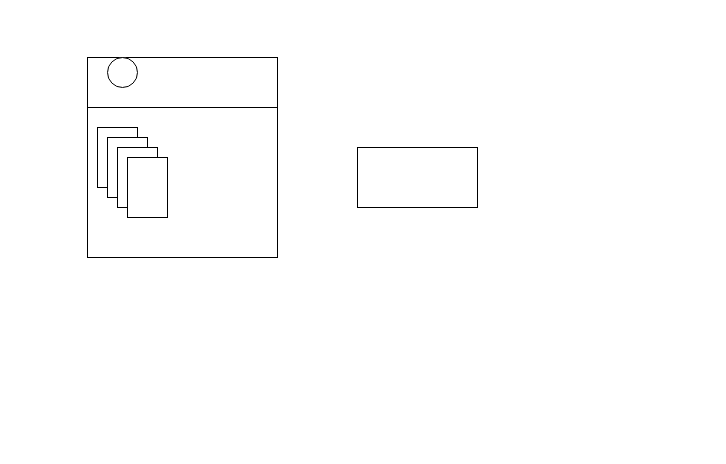
The draw.io diagram 未命名绘图.drawio in Xiaoxiaodewo89/v2ray-agent, before the edit. Source tidied: cells renumbered, new cells numbered last; positions are measured from the earlier drawing's top-left corner, leaving out a move shared by most shapes. Both pictures are drawn from the tidied source at 100%, with x=0, y=0 at pixel (87, 57). Pictures stored in the file or linked from it are replaced by grey dashed boxes.
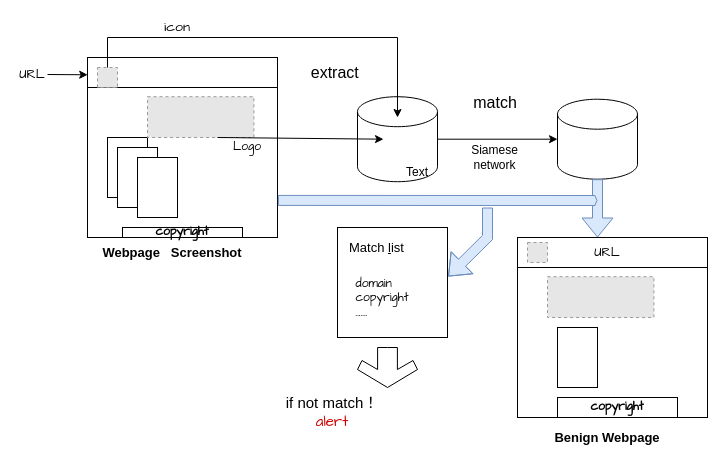
Above is the later version.

Commit message:
更新未命名绘图.drawio

What changed in the source:
```diff
@@
+    <mxCell id="3" style="rounded=0;whiteSpace=wrap;html=1;" parent="1" vertex="1">
+      <mxGeometry x="10" y="70" width="40" height="60" as="geometry" />
+    </mxCell>
     <mxCell id="2" style="rounded=0;whiteSpace=wrap;html=1;" parent="1" vertex="1">
-      <mxGeometry width="190" height="200" as="geometry" />
+      <mxGeometry width="190" height="180" as="geometry" />
     </mxCell>
-    <mxCell id="3" style="rounded=0;whiteSpace=wrap;html=1;" parent="1" vertex="1">
-      <mxGeometry x="10" y="70" width="40" height="60" as="geometry" />
-    </mxCell>
-    <mxCell id="4" style="ellipse;whiteSpace=wrap;html=1;" parent="1" vertex="1">
-      <mxGeometry x="20" width="30" height="30" as="geometry" />
-    </mxCell>
-    <mxCell id="5" style="endArrow=none;html=1;rounded=0;entryX=1;entryY=0.25;entryDx=0;entryDy=0;exitX=0;exitY=0.25;exitDx=0;exitDy=0;" parent="1" edge="1" source="2" target="2">
-      <mxGeometry relative="1" as="geometry" />
+    <mxCell id="5" style="endArrow=none;html=1;rounded=0;entryX=1;entryY=0.25;entryDx=0;entryDy=0;exitX=0;exitY=0.25;exitDx=0;exitDy=0;" parent="1" edge="1">
+      <mxGeometry relative="1" as="geometry">
+        <mxPoint y="30" as="sourcePoint" />
+        <mxPoint x="190" y="30" as="targetPoint" />
+      </mxGeometry>
     </mxCell>
-    <mxCell id="6" style="rounded=0;whiteSpace=wrap;html=1;" parent="1" vertex="1">
-      <mxGeometry x="270" y="90" width="120" height="60" as="geometry" />
-    </mxCell>
@@
     <mxCell id="9" style="rounded=0;whiteSpace=wrap;html=1;" parent="1" vertex="1">
-      <mxGeometry x="40" y="100" width="40" height="60" as="geometry" />
+      <mxGeometry x="50" y="100" width="40" height="60" as="geometry" />
     </mxCell>
+    <mxCell id="10" value="Webpage&amp;nbsp; &amp;nbsp;Screenshot" style="text;strokeColor=none;align=center;fillColor=none;html=1;verticalAlign=middle;whiteSpace=wrap;rounded=0;fontStyle=1;fontSize=13;" parent="1" vertex="1">
+      <mxGeometry x="10" y="180" width="150" height="30" as="geometry" />
+    </mxCell>
+    <mxCell id="11" style="fillColor=#E6E6E6;strokeColor=#999999;dashed=1;verticalLabelPosition=bottom;verticalAlign=top;" parent="1" vertex="1">
+      <mxGeometry x="60" y="39.2" width="106.4" height="40.8" as="geometry" />
+    </mxCell>
+    <mxCell id="12" style="fillColor=#E6E6E6;strokeColor=#999999;dashed=1;verticalLabelPosition=bottom;verticalAlign=top;" parent="1" vertex="1">
+      <mxGeometry x="10" y="10" width="20" height="20" as="geometry" />
+    </mxCell>
+    <mxCell id="13" style="shape=cylinder3;whiteSpace=wrap;html=1;boundedLbl=1;backgroundOutline=1;size=15;" parent="1" vertex="1">
+      <mxGeometry x="270" y="39.2" width="80" height="85" as="geometry" />
+    </mxCell>
+    <mxCell id="14" style="endArrow=classic;html=1;rounded=0;entryX=0.325;entryY=0.5;entryDx=0;entryDy=0;entryPerimeter=0;" parent="1" edge="1" target="13">
+      <mxGeometry relative="1" as="geometry">
+        <mxPoint x="130" y="80" as="sourcePoint" />
+      </mxGeometry>
+    </mxCell>
+    <mxCell id="15" style="edgeStyle=orthogonalEdgeStyle;rounded=0;jettySize=auto;html=1;" parent="1" edge="1" source="12">
+      <mxGeometry relative="1" as="geometry">
+        <mxPoint x="310" y="60" as="targetPoint" />
+        <Array as="points">
+          <mxPoint x="20" y="-20" />
+          <mxPoint x="310" y="-20" />
+        </Array>
+      </mxGeometry>
+    </mxCell>
+    <mxCell id="16" value="extract&amp;nbsp;" style="text;html=1;align=center;verticalAlign=middle;whiteSpace=wrap;rounded=0;fontSize=16;" parent="1" vertex="1">
+      <mxGeometry x="220" width="60" height="29.2" as="geometry" />
+    </mxCell>
+    <mxCell id="17" value="icon" style="text;html=1;align=center;verticalAlign=middle;whiteSpace=wrap;rounded=0;fontFamily=Comic Sans MS;fontSize=14;" parent="1" vertex="1">
+      <mxGeometry x="60" y="-40" width="60" height="20" as="geometry" />
+    </mxCell>
+    <mxCell id="18" value="Logo" style="text;html=1;align=center;verticalAlign=middle;whiteSpace=wrap;rounded=0;fontFamily=Comic Sans MS;" parent="1" vertex="1">
+      <mxGeometry x="130" y="75" width="60" height="30" as="geometry" />
+    </mxCell>
+    <mxCell id="19" style="shape=cylinder3;whiteSpace=wrap;html=1;boundedLbl=1;backgroundOutline=1;size=15;" parent="1" vertex="1">
+      <mxGeometry x="470" y="41.7" width="80" height="80" as="geometry" />
+    </mxCell>
+    <mxCell id="20" style="endArrow=classic;html=1;rounded=0;entryX=0;entryY=0.5;entryDx=0;entryDy=0;entryPerimeter=0;exitX=1;exitY=0.5;exitDx=0;exitDy=0;exitPerimeter=0;" parent="1" edge="1" source="13" target="19">
+      <mxGeometry relative="1" as="geometry" />
+    </mxCell>
+    <mxCell id="21" value="match" style="text;html=1;align=center;verticalAlign=middle;whiteSpace=wrap;rounded=0;fontSize=16;" parent="1" vertex="1">
+      <mxGeometry x="377.5" y="30" width="60" height="30" as="geometry" />
+    </mxCell>
+    <mxCell id="22" style="shape=flexArrow;endArrow=classic;html=1;rounded=0;fillColor=#dae8fc;strokeColor=#6c8ebf;exitX=0.5;exitY=1;exitDx=0;exitDy=0;exitPerimeter=0;" parent="1" edge="1" source="19">
+      <mxGeometry relative="1" as="geometry">
+        <mxPoint x="510" y="180" as="targetPoint" />
+      </mxGeometry>
+    </mxCell>
+    <mxCell id="23" style="rounded=0;whiteSpace=wrap;html=1;" parent="1" vertex="1">
+      <mxGeometry x="430" y="180" width="190" height="180" as="geometry" />
+    </mxCell>
+    <mxCell id="24" style="endArrow=none;html=1;rounded=0;entryX=1;entryY=0.25;entryDx=0;entryDy=0;exitX=0;exitY=0.25;exitDx=0;exitDy=0;" parent="1" edge="1">
+      <mxGeometry relative="1" as="geometry">
+        <mxPoint x="430" y="210" as="sourcePoint" />
+        <mxPoint x="620" y="210" as="targetPoint" />
+      </mxGeometry>
+    </mxCell>
+    <mxCell id="25" style="rounded=0;whiteSpace=wrap;html=1;" parent="1" vertex="1">
+      <mxGeometry x="470" y="270" width="40" height="60" as="geometry" />
+    </mxCell>
+    <mxCell id="26" style="fillColor=#E6E6E6;strokeColor=#999999;dashed=1;verticalLabelPosition=bottom;verticalAlign=top;" parent="1" vertex="1">
+      <mxGeometry x="460" y="219.2" width="106.4" height="40.8" as="geometry" />
+    </mxCell>
+    <mxCell id="27" style="fillColor=#E6E6E6;strokeColor=#999999;dashed=1;verticalLabelPosition=bottom;verticalAlign=top;" parent="1" vertex="1">
+      <mxGeometry x="440" y="185" width="20" height="20" as="geometry" />
+    </mxCell>
+    <mxCell id="28" value="copyright" style="rounded=0;whiteSpace=wrap;html=1;fontFamily=Comic Sans MS;fontStyle=1;" parent="1" vertex="1">
+      <mxGeometry x="35" y="170" width="120" height="10" as="geometry" />
+    </mxCell>
+    <mxCell id="29" value="copyright" style="rounded=0;whiteSpace=wrap;html=1;fontFamily=Comic Sans MS;fontStyle=1;" parent="1" vertex="1">
+      <mxGeometry x="470" y="340" width="120" height="20" as="geometry" />
+    </mxCell>
+    <mxCell id="30" value="URL" style="text;html=1;align=center;verticalAlign=middle;whiteSpace=wrap;rounded=0;fontFamily=Comic Sans MS;fontSize=13;" parent="1" vertex="1">
+      <mxGeometry x="-70" y="4.2" width="30" height="25" as="geometry" />
+    </mxCell>
+    <mxCell id="31" value="URL" style="text;html=1;align=center;verticalAlign=middle;whiteSpace=wrap;rounded=0;fontFamily=Comic Sans MS;fontSize=13;" parent="1" vertex="1">
+      <mxGeometry x="490" y="182.5" width="60" height="25" as="geometry" />
+    </mxCell>
+    <mxCell id="32" value="Benign Webpage" style="text;strokeColor=none;align=center;fillColor=none;html=1;verticalAlign=middle;whiteSpace=wrap;rounded=0;fontStyle=1;fontSize=13;" parent="1" vertex="1">
+      <mxGeometry x="445" y="370" width="150" height="20" as="geometry" />
+    </mxCell>
+    <mxCell id="33" style="endArrow=classic;html=1;rounded=0;entryX=0.001;entryY=0.096;entryDx=0;entryDy=0;entryPerimeter=0;" parent="1" edge="1" target="2">
+      <mxGeometry relative="1" as="geometry">
+        <mxPoint x="-40" y="17" as="sourcePoint" />
+      </mxGeometry>
+    </mxCell>
+    <mxCell id="34" style="shape=flexArrow;endArrow=classic;html=1;rounded=0;exitX=1.002;exitY=0.794;exitDx=0;exitDy=0;labelBackgroundColor=#66B2FF;textShadow=1;exitPerimeter=0;fillColor=#dae8fc;strokeColor=#6c8ebf;endWidth=0;endSize=0.48;" parent="1" edge="1" source="2">
+      <mxGeometry relative="1" as="geometry">
+        <mxPoint x="510" y="143" as="targetPoint" />
+      </mxGeometry>
+    </mxCell>
+    <mxCell id="35" style="whiteSpace=wrap;html=1;" parent="1" vertex="1">
+      <mxGeometry x="250" y="170" width="110" height="110" as="geometry" />
+    </mxCell>
+    <mxCell id="36" value="Match &lt;u style=&quot;font-size: 13px;&quot;&gt;l&lt;/u&gt;ist" style="text;html=1;align=left;verticalAlign=middle;whiteSpace=wrap;rounded=0;fontSize=13;" parent="1" vertex="1">
+      <mxGeometry x="260" y="180" width="80" height="20.8" as="geometry" />
+    </mxCell>
+    <mxCell id="37" value="Text" style="text;html=1;align=center;verticalAlign=middle;whiteSpace=wrap;rounded=0;" parent="1" vertex="1">
+      <mxGeometry x="300" y="100" width="60" height="30" as="geometry" />
+    </mxCell>
+    <mxCell id="38" value="&lt;div style=&quot;text-align: left;&quot;&gt;&lt;span style=&quot;background-color: initial;&quot;&gt;domain&lt;/span&gt;&lt;/div&gt;&lt;div style=&quot;text-align: left;&quot;&gt;copyright&lt;/div&gt;&lt;div style=&quot;text-align: left;&quot;&gt;.......&lt;/div&gt;&lt;div&gt;&lt;br&gt;&lt;/div&gt;" style="text;html=1;align=center;verticalAlign=middle;whiteSpace=wrap;rounded=0;fontFamily=Comic Sans MS;" parent="1" vertex="1">
+      <mxGeometry x="260" y="220" width="70" height="55" as="geometry" />
+    </mxCell>
+    <mxCell id="39" value="&lt;font style=&quot;font-size: 12px;&quot;&gt;Siamese network&lt;/font&gt;" style="text;html=1;align=center;verticalAlign=middle;whiteSpace=wrap;rounded=0;" parent="1" vertex="1">
+      <mxGeometry x="370" y="85" width="75" height="30" as="geometry" />
+    </mxCell>
+    <mxCell id="40" style="shape=flexArrow;endArrow=classic;html=1;rounded=0;fillColor=#dae8fc;strokeColor=#6c8ebf;entryX=1.006;entryY=0.445;entryDx=0;entryDy=0;entryPerimeter=0;" parent="1" edge="1" target="35">
+      <mxGeometry relative="1" as="geometry">
+        <mxPoint x="400" y="150" as="sourcePoint" />
+        <Array as="points">
+          <mxPoint x="400" y="180" />
+        </Array>
+      </mxGeometry>
+    </mxCell>
+    <mxCell id="41" style="html=1;shadow=0;dashed=0;align=center;verticalAlign=middle;shape=mxgraph.arrows2.sharpArrow2;dy1=0.67;dx1=18;dx2=18;dy3=0.15;dx3=27;notch=0;direction=south;" parent="1" vertex="1">
+      <mxGeometry x="270" y="290" width="60" height="40" as="geometry" />
+    </mxCell>
+    <mxCell id="42" value="&lt;font style=&quot;font-size: 15px;&quot;&gt;if not match！ &lt;font color=&quot;#cc0000&quot; style=&quot;font-size: 15px;&quot; face=&quot;Comic Sans MS&quot;&gt;alert&lt;/font&gt;&lt;/font&gt;" style="text;html=1;align=center;verticalAlign=middle;whiteSpace=wrap;rounded=0;" parent="1" vertex="1">
+      <mxGeometry x="190" y="340" width="110" height="30" as="geometry" />
+    </mxCell>
```
